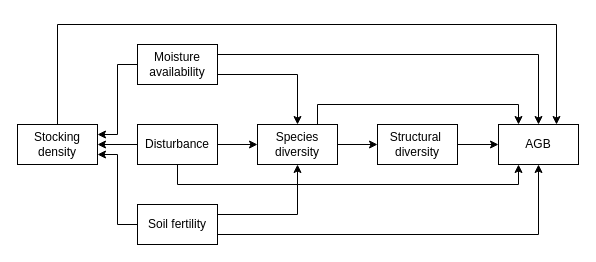
Earlier version of the draw.io diagram sem_path_diag/concept.drawio (johngodlee/southern_african_befr). Source tidied: cells renumbered, new cells numbered last; positions are measured from the earlier drawing's top-left corner, leaving out a move shared by most shapes. Both pictures are drawn from the tidied source at 100%, with x=0, y=0 at pixel (17, 24).
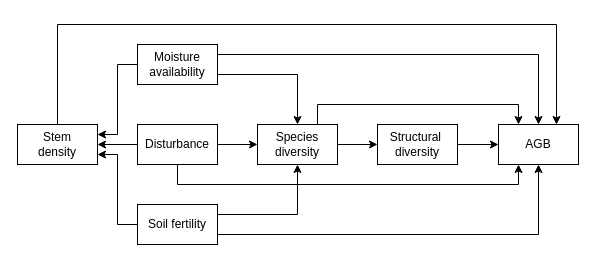
The same diagram, later.

Diff of the diagram source:
```diff
@@
-    <mxCell id="21" value="Stocking density" style="rounded=1;whiteSpace=wrap;html=1;fontSize=12;glass=0;strokeWidth=1;shadow=0;arcSize=0;align=center;fontStyle=0;" parent="1" vertex="1">
+    <mxCell id="21" value="Stem&lt;br&gt;density" style="rounded=1;whiteSpace=wrap;html=1;fontSize=12;glass=0;strokeWidth=1;shadow=0;arcSize=0;align=center;fontStyle=0;" parent="1" vertex="1">
       <mxGeometry y="100" width="80" height="40" as="geometry" />
     </mxCell>
```
